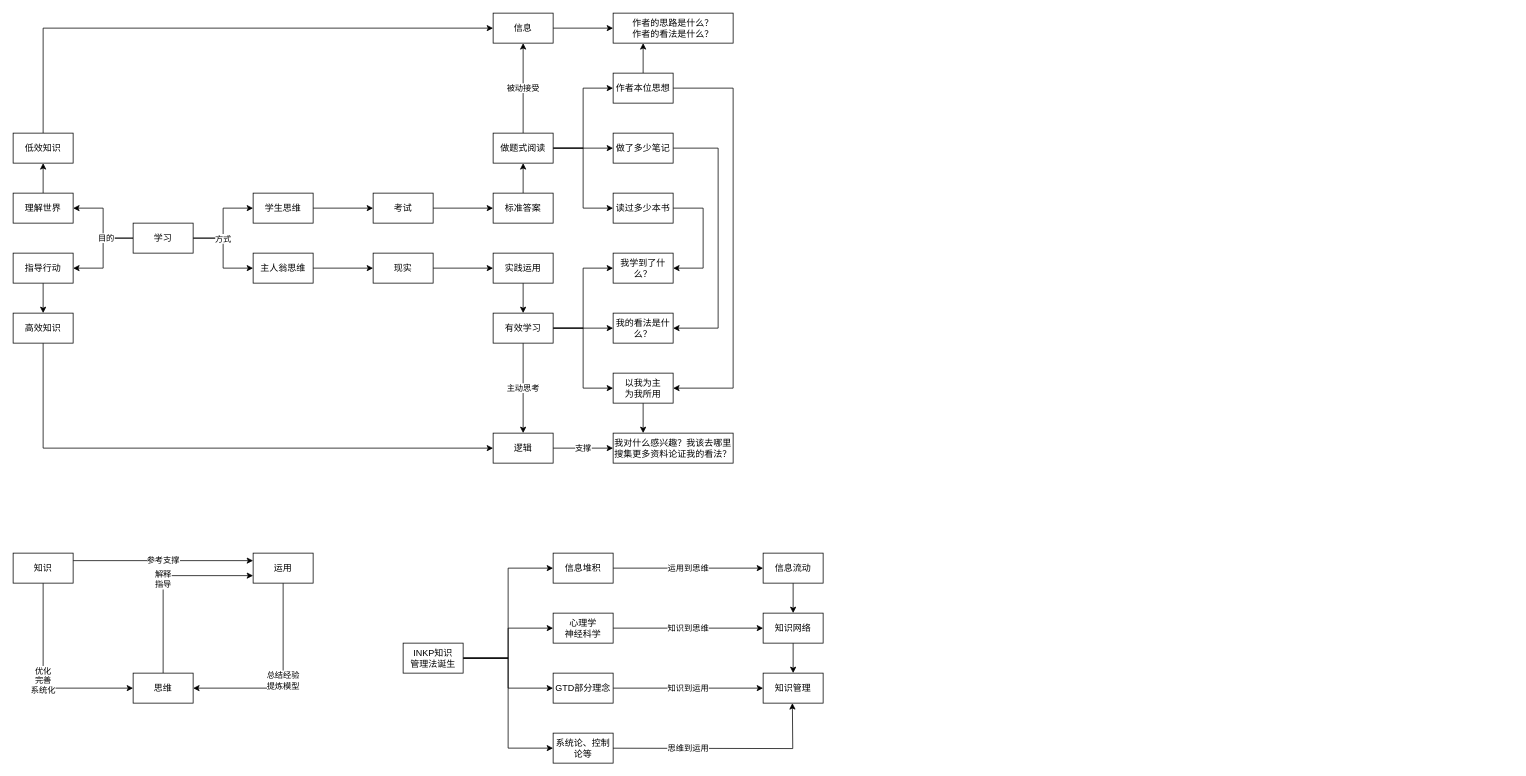
The draw.io diagram 高效学习.drawio in youyusan/open_mind, before the edit. Source tidied: cells renumbered, new cells numbered last; positions are measured from the earlier drawing's top-left corner, leaving out a move shared by most shapes. Both pictures are drawn from the tidied source at 75%, with x=0, y=0 at pixel (13, 13).
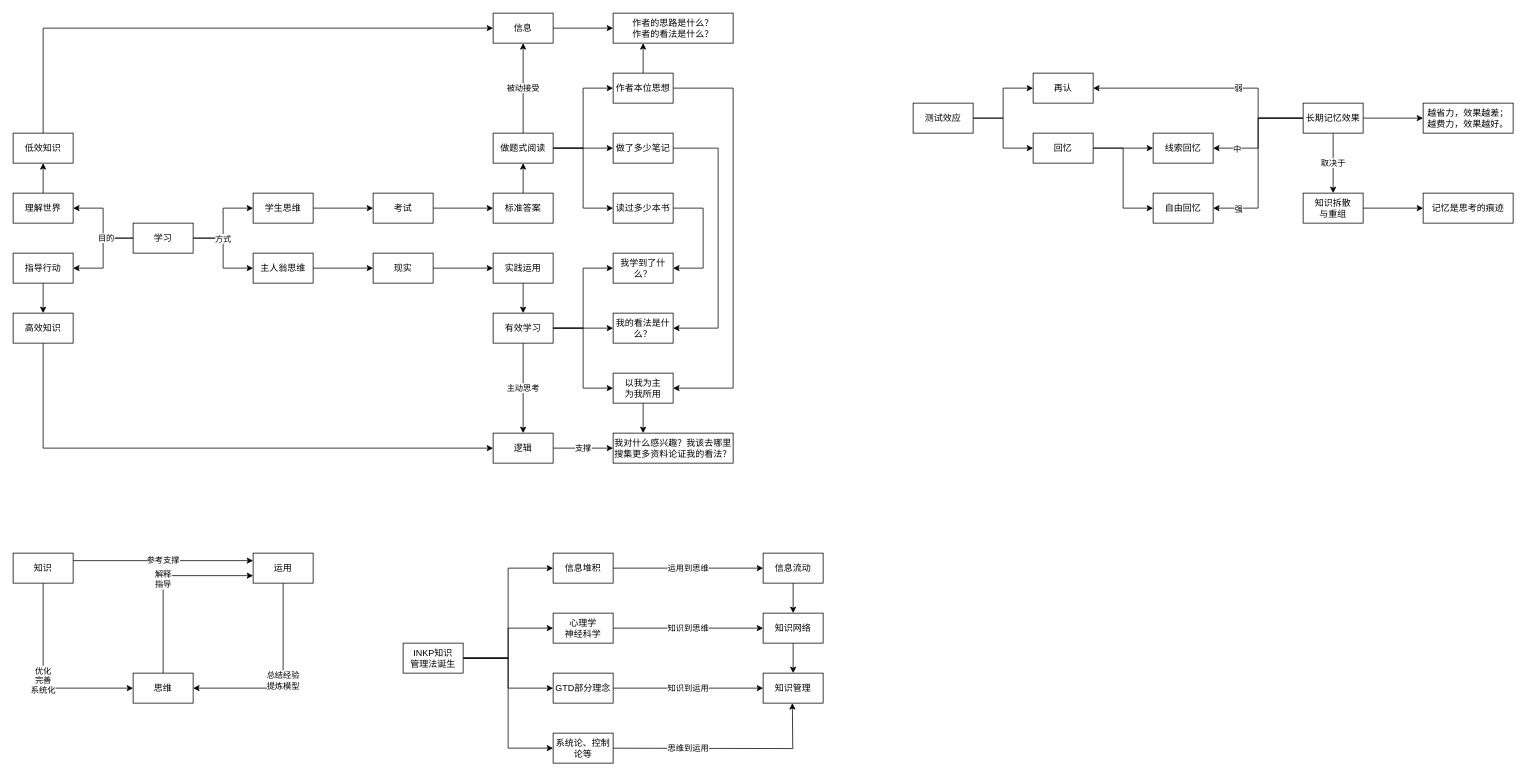
The same page after the edit.

Commit message:
更新高效学习.drawio

What changed in the source:
```diff
@@
+    <mxCell id="81" style="edgeStyle=orthogonalEdgeStyle;rounded=0;jettySize=auto;html=1;" parent="1" edge="1" source="83" target="84">
+      <mxGeometry relative="1" as="geometry" />
+    </mxCell>
+    <mxCell id="82" style="edgeStyle=orthogonalEdgeStyle;rounded=0;jettySize=auto;html=1;entryX=0;entryY=0.5;entryDx=0;entryDy=0;" parent="1" edge="1" source="83" target="87">
+      <mxGeometry relative="1" as="geometry" />
+    </mxCell>
+    <mxCell id="83" value="测试效应" style="rounded=0;whiteSpace=wrap;html=1;" parent="1" vertex="1">
+      <mxGeometry x="1200" y="120" width="80" height="40" as="geometry" />
+    </mxCell>
+    <mxCell id="84" value="再认" style="rounded=0;whiteSpace=wrap;html=1;" parent="1" vertex="1">
+      <mxGeometry x="1360" y="80" width="80" height="40" as="geometry" />
+    </mxCell>
+    <mxCell id="85" style="edgeStyle=orthogonalEdgeStyle;rounded=0;jettySize=auto;html=1;" parent="1" edge="1" source="87" target="88">
+      <mxGeometry relative="1" as="geometry" />
+    </mxCell>
+    <mxCell id="86" style="edgeStyle=orthogonalEdgeStyle;rounded=0;jettySize=auto;html=1;entryX=0;entryY=0.5;entryDx=0;entryDy=0;" parent="1" edge="1" source="87" target="89">
+      <mxGeometry relative="1" as="geometry" />
+    </mxCell>
+    <mxCell id="87" value="回忆" style="rounded=0;whiteSpace=wrap;html=1;" parent="1" vertex="1">
+      <mxGeometry x="1360" y="160" width="80" height="40" as="geometry" />
+    </mxCell>
+    <mxCell id="88" value="线索回忆" style="rounded=0;whiteSpace=wrap;html=1;" parent="1" vertex="1">
+      <mxGeometry x="1520" y="160" width="80" height="40" as="geometry" />
+    </mxCell>
+    <mxCell id="89" value="自由回忆" style="rounded=0;whiteSpace=wrap;html=1;" parent="1" vertex="1">
+      <mxGeometry x="1520" y="240" width="80" height="40" as="geometry" />
+    </mxCell>
+    <mxCell id="90" style="edgeStyle=orthogonalEdgeStyle;rounded=0;jettySize=auto;html=1;" parent="1" edge="1" source="98" target="84">
+      <mxGeometry relative="1" as="geometry">
+        <Array as="points">
+          <mxPoint x="1660" y="140" />
+          <mxPoint x="1660" y="100" />
+        </Array>
+      </mxGeometry>
+    </mxCell>
+    <mxCell id="91" value="弱" style="edgeLabel;html=1;align=center;verticalAlign=middle;" parent="90" vertex="1">
+      <mxGeometry x="-0.18" y="-2" relative="1" as="geometry">
+        <mxPoint x="4" y="1" as="offset" />
+      </mxGeometry>
+    </mxCell>
+    <mxCell id="92" style="edgeStyle=orthogonalEdgeStyle;rounded=0;jettySize=auto;html=1;entryX=1;entryY=0.5;entryDx=0;entryDy=0;" parent="1" edge="1" source="98" target="88">
+      <mxGeometry relative="1" as="geometry" />
+    </mxCell>
+    <mxCell id="93" value="中" style="edgeLabel;html=1;align=center;verticalAlign=middle;" parent="92" vertex="1">
+      <mxGeometry x="0.57" y="1" relative="1" as="geometry">
+        <mxPoint x="-3" y="-1" as="offset" />
+      </mxGeometry>
+    </mxCell>
+    <mxCell id="94" style="edgeStyle=orthogonalEdgeStyle;rounded=0;jettySize=auto;html=1;entryX=1;entryY=0.5;entryDx=0;entryDy=0;" parent="1" edge="1" source="98" target="89">
+      <mxGeometry relative="1" as="geometry" />
+    </mxCell>
+    <mxCell id="95" value="强" style="edgeLabel;html=1;align=center;verticalAlign=middle;" parent="94" vertex="1">
+      <mxGeometry x="0.74" relative="1" as="geometry">
+        <mxPoint x="2" as="offset" />
+      </mxGeometry>
+    </mxCell>
+    <mxCell id="96" style="edgeStyle=orthogonalEdgeStyle;rounded=0;jettySize=auto;html=1;" parent="1" edge="1" source="98" target="99">
+      <mxGeometry relative="1" as="geometry" />
+    </mxCell>
+    <mxCell id="97" value="取决于" style="edgeStyle=orthogonalEdgeStyle;rounded=0;jettySize=auto;html=1;" parent="1" edge="1" source="98" target="101">
+      <mxGeometry relative="1" as="geometry" />
+    </mxCell>
+    <mxCell id="98" value="长期记忆效果" style="rounded=0;whiteSpace=wrap;html=1;" parent="1" vertex="1">
+      <mxGeometry x="1720" y="120" width="80" height="40" as="geometry" />
+    </mxCell>
+    <mxCell id="99" value="越省力，效果越差；越费力，效果越好。" style="rounded=0;whiteSpace=wrap;html=1;" parent="1" vertex="1">
+      <mxGeometry x="1880" y="120" width="120" height="40" as="geometry" />
+    </mxCell>
+    <mxCell id="100" style="edgeStyle=orthogonalEdgeStyle;rounded=0;jettySize=auto;html=1;" parent="1" edge="1" source="101" target="102">
+      <mxGeometry relative="1" as="geometry" />
+    </mxCell>
+    <mxCell id="101" value="知识拆散&lt;br&gt;与重组" style="rounded=0;whiteSpace=wrap;html=1;" parent="1" vertex="1">
+      <mxGeometry x="1720" y="240" width="80" height="40" as="geometry" />
+    </mxCell>
+    <mxCell id="102" value="记忆是思考的痕迹" style="rounded=0;whiteSpace=wrap;html=1;" parent="1" vertex="1">
+      <mxGeometry x="1880" y="240" width="120" height="40" as="geometry" />
+    </mxCell>
```
